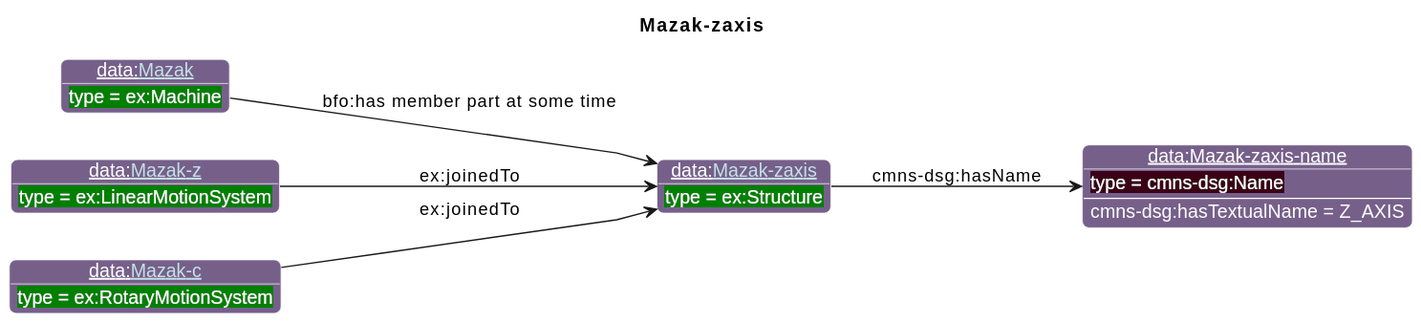
This is diagrams/Mazak-zaxis.svg from iofoundry/example-syseng-mtconnect, a PlantUML export, as it was before one commit.
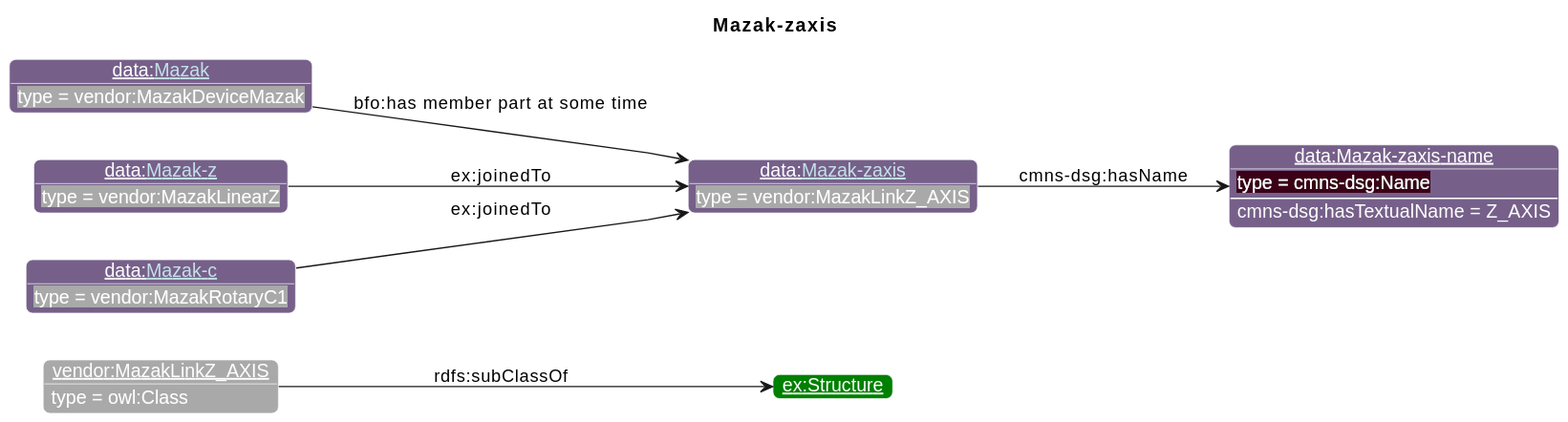
The same diagram one commit later.

Diff of the diagram source:
```diff
@@ -19,14 +19,17 @@
                       "ns1":"76608A",
 "ex":"Green","data":"76608A","core":"000000","units":"8A2D3B","qp":"641B2E","cmns-dsg":"3A0519"
 }
-individual(o1, data:[[./Mazak-zaxis.html Mazak-zaxis]], ex:Structure)
-individual(o2, data:Mazak-zaxis-name, cmns-dsg:Name)
-individual(o3, data:[[./Mazak.html Mazak]], ex:Machine)
-individual(o4, data:[[./Mazak-z.html Mazak-z]], ex:LinearMotionSystem)
-individual(o5, data:[[./Mazak-c.html Mazak-c]], ex:RotaryMotionSystem)
-property(o1, cmns-dsg:hasName, o2)
-data(o2, cmns-dsg:hasTextualName, Z_AXIS)
-property(o3, "bfo:has member part at some time", o1)
-property(o4, ex:joinedTo, o1)
-property(o5, ex:joinedTo, o1)
+individual(o1, vendor:MazakLinkZ_AXIS, owl:Class)
+individual(o2, ex:Structure)
+individual(o3, data:[[./Mazak-zaxis.html Mazak-zaxis]], vendor:MazakLinkZ_AXIS)
+individual(o4, data:Mazak-zaxis-name, cmns-dsg:Name)
+individual(o5, data:[[./Mazak.html Mazak]], vendor:MazakDeviceMazak)
+individual(o6, data:[[./Mazak-z.html Mazak-z]], vendor:MazakLinearZ)
+individual(o7, data:[[./Mazak-c.html Mazak-c]], vendor:MazakRotaryC1)
+property(o1, rdfs:subClassOf, o2)
+property(o3, cmns-dsg:hasName, o4)
+data(o4, cmns-dsg:hasTextualName, Z_AXIS)
+property(o5, "bfo:has member part at some time", o3)
+property(o6, ex:joinedTo, o3)
+property(o7, ex:joinedTo, o3)
 @enduml
```
